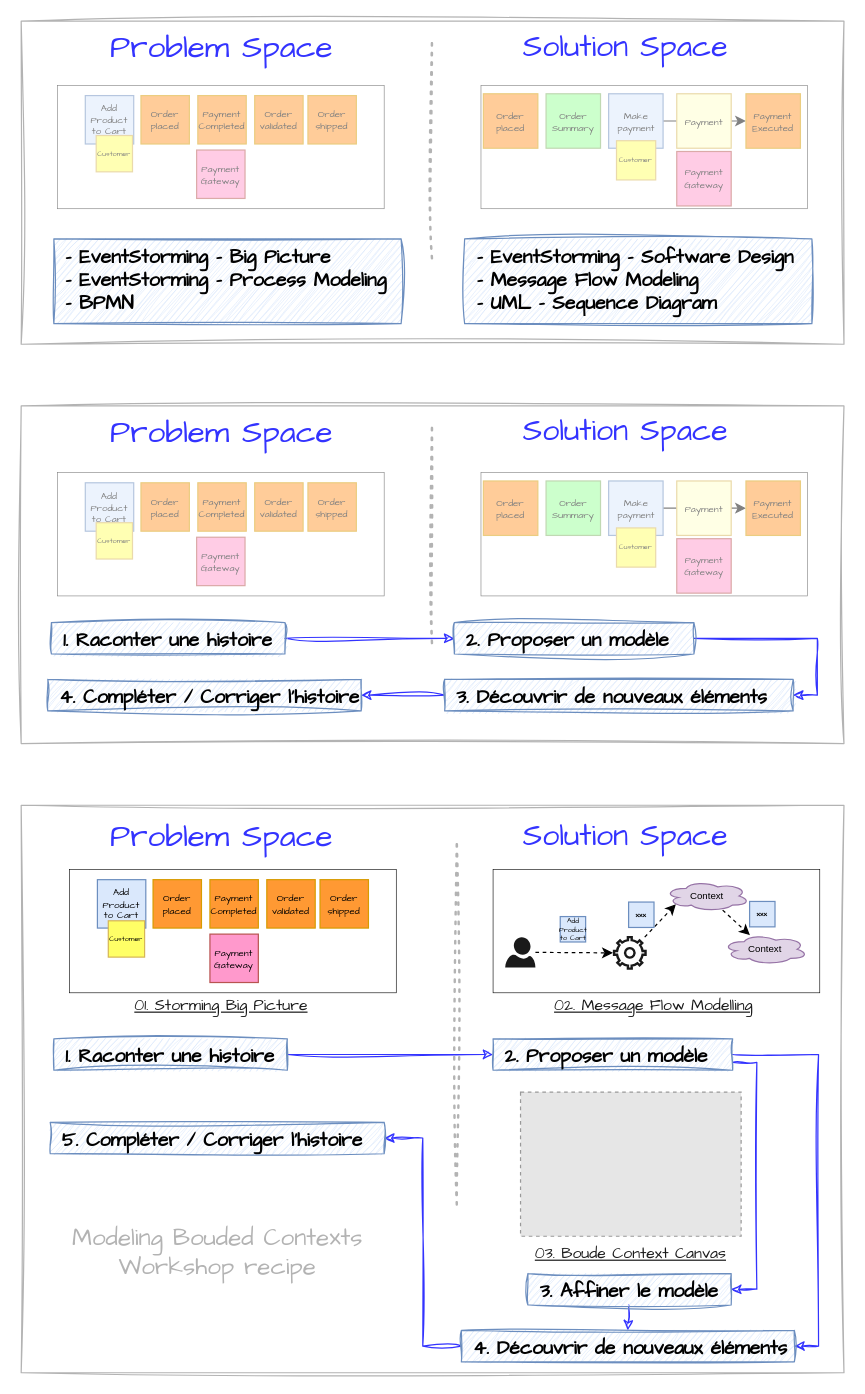
This is page "pb-solution" (11 of 13) of content/en/knowledgebase/ddd-eventstorming/eventstorming.drawio from mauvaisetroupe/architech, a draw.io file, before an edit. Source tidied: cells renumbered, new cells numbered last; positions are measured from the earlier drawing's top-left corner, leaving out a move shared by most shapes. Both pictures are drawn from the tidied source at 121%, with x=0, y=0 at pixel (21, 21). Pictures stored in the file or linked from it are replaced by grey dashed boxes.
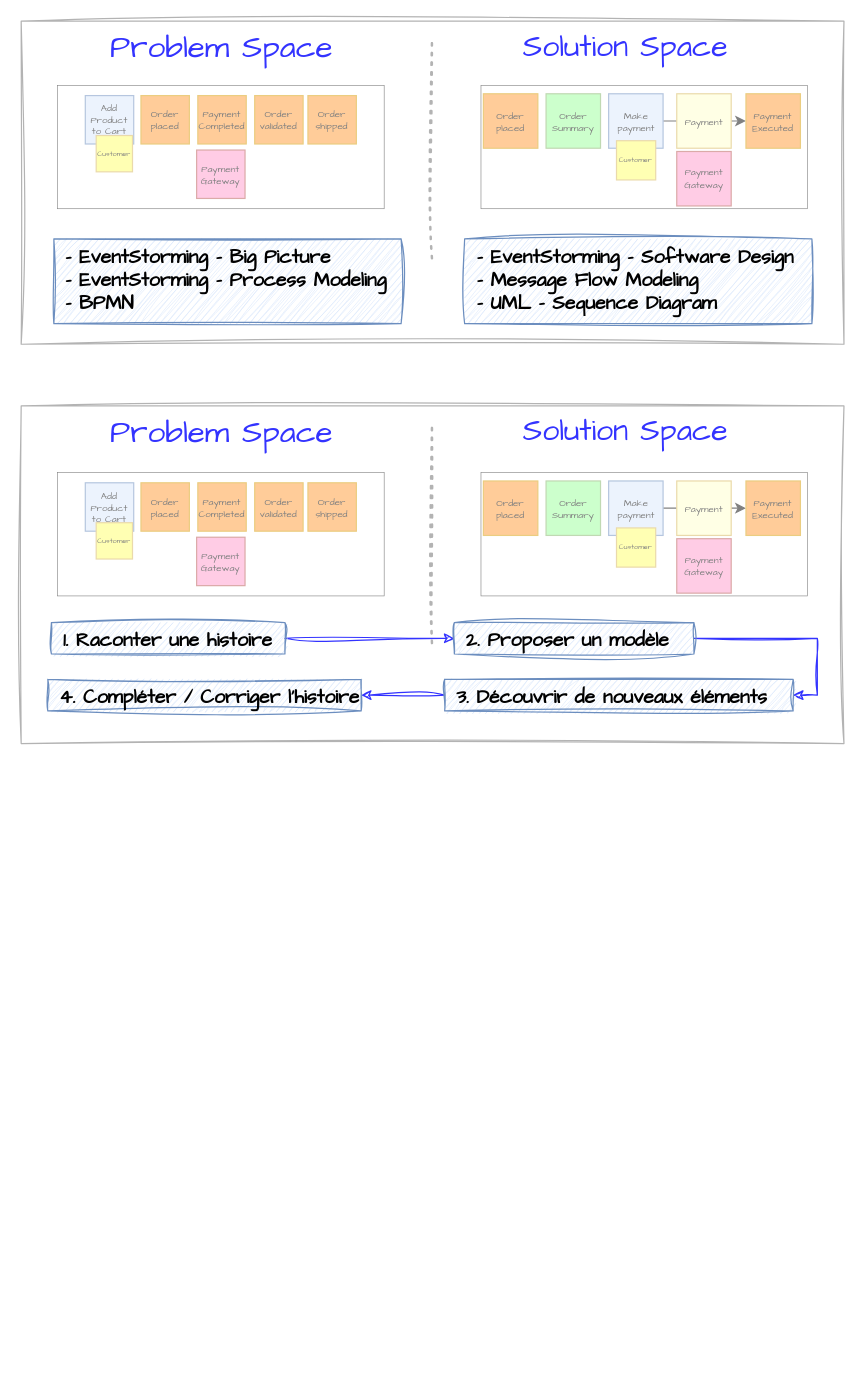
Above is the later version.

The edit, as a diff of the source:
```diff
@@
-    <mxCell id="19" style="rounded=0;whiteSpace=wrap;html=1;sketch=1;hachureGap=4;jiggle=2;curveFitting=1;fontFamily=Architects Daughter;strokeColor=#B3B3B3;" parent="1" vertex="1">
-      <mxGeometry y="648" width="680" height="469" as="geometry" />
-    </mxCell>
-    <mxCell id="20" value="&lt;span style=&quot;font-family: &amp;quot;Architects Daughter&amp;quot;; font-style: normal; font-variant-ligatures: normal; font-variant-caps: normal; font-weight: 400; letter-spacing: normal; orphans: 2; text-align: center; text-indent: 0px; text-transform: none; widows: 2; word-spacing: 0px; -webkit-text-stroke-width: 0px; white-space: nowrap; text-decoration-thickness: initial; text-decoration-style: initial; text-decoration-color: initial; float: none; display: inline !important;&quot;&gt;&lt;font style=&quot;font-size: 26px;&quot;&gt;Problem Space&lt;/font&gt;&lt;/span&gt;" style="text;whiteSpace=wrap;html=1;fontFamily=Architects Daughter;fontColor=#3333FF;spacing=1;labelBackgroundColor=none;" parent="1" vertex="1">
-      <mxGeometry x="73" y="653" width="210" height="29" as="geometry" />
-    </mxCell>
-    <mxCell id="21" value="&lt;span style=&quot;font-family: &amp;quot;Architects Daughter&amp;quot;; font-style: normal; font-variant-ligatures: normal; font-variant-caps: normal; font-weight: 400; letter-spacing: normal; orphans: 2; text-align: center; text-indent: 0px; text-transform: none; widows: 2; word-spacing: 0px; -webkit-text-stroke-width: 0px; white-space: nowrap; text-decoration-thickness: initial; text-decoration-style: initial; text-decoration-color: initial; float: none; display: inline !important;&quot;&gt;Solution Space&lt;/span&gt;" style="text;whiteSpace=wrap;html=1;fontFamily=Architects Daughter;fontSize=25;fontColor=#3333FF;spacing=1;labelBackgroundColor=none;" parent="1" vertex="1">
-      <mxGeometry x="414" y="653" width="190" height="30" as="geometry" />
-    </mxCell>
-    <mxCell id="22" style="edgeStyle=orthogonalEdgeStyle;rounded=0;jettySize=auto;html=1;entryX=0;entryY=0.5;entryDx=0;entryDy=0;sketch=1;curveFitting=1;jiggle=2;fillColor=#f8cecc;strokeColor=#3333FF;fontStyle=0;" parent="1" edge="1" source="23" target="26">
-      <mxGeometry relative="1" as="geometry" />
-    </mxCell>
-    <mxCell id="23" value="&lt;span style=&quot;box-sizing: border-box; font-size: 16px; font-style: normal; font-variant-ligatures: normal; font-variant-caps: normal; letter-spacing: normal; orphans: 2; text-align: left; text-indent: 0px; text-transform: none; widows: 2; word-spacing: 0px; -webkit-text-stroke-width: 0px; white-space: normal; text-decoration-thickness: initial; text-decoration-style: initial; text-decoration-color: initial;&quot;&gt;&lt;b&gt;1. Raconter une histoire&lt;/b&gt;&lt;/span&gt;" style="text;whiteSpace=wrap;html=1;fontFamily=architects daughter;fillColor=#dae8fc;strokeColor=#6c8ebf;sketch=1;curveFitting=1;jiggle=2;labelBackgroundColor=none;fontStyle=0;spacing=1;spacingLeft=9;spacingBottom=9;" parent="1" vertex="1">
-      <mxGeometry x="27" y="841" width="193" height="26" as="geometry" />
-    </mxCell>
-    <mxCell id="24" style="rounded=0;jettySize=auto;html=1;entryX=1;entryY=0.5;entryDx=0;entryDy=0;exitX=1;exitY=0.75;exitDx=0;exitDy=0;sketch=1;curveFitting=1;jiggle=2;fillColor=#f8cecc;strokeColor=#3333FF;fontStyle=0;edgeStyle=orthogonalEdgeStyle;" parent="1" edge="1" source="26" target="58">
-      <mxGeometry relative="1" as="geometry" />
-    </mxCell>
-    <mxCell id="25" style="rounded=0;jettySize=auto;html=1;entryX=1;entryY=0.5;entryDx=0;entryDy=0;exitX=1;exitY=0.5;exitDx=0;exitDy=0;edgeStyle=orthogonalEdgeStyle;sketch=1;jiggle=2;curveFitting=1;strokeColor=#3333FF;align=center;verticalAlign=middle;fontFamily=Helvetica;fontSize=11;fontColor=default;fontStyle=0;labelBackgroundColor=default;endArrow=classic;fillColor=#f8cecc;" parent="1" edge="1" source="26" target="28">
-      <mxGeometry relative="1" as="geometry" />
-    </mxCell>
-    <mxCell id="26" value="&lt;strong style=&quot;box-sizing: border-box; font-size: 16px; font-style: normal; font-variant-ligatures: normal; font-variant-caps: normal; letter-spacing: normal; orphans: 2; text-align: left; text-indent: 0px; text-transform: none; widows: 2; word-spacing: 0px; -webkit-text-stroke-width: 0px; white-space: normal; text-decoration-thickness: initial; text-decoration-style: initial; text-decoration-color: initial;&quot;&gt;2. Proposer un modèle&lt;/strong&gt;" style="text;whiteSpace=wrap;html=1;fontFamily=architects daughter;fillColor=#dae8fc;strokeColor=#6c8ebf;sketch=1;curveFitting=1;jiggle=2;labelBackgroundColor=none;fontStyle=0;spacing=1;spacingLeft=9;spacingBottom=9;" parent="1" vertex="1">
-      <mxGeometry x="390" y="841" width="198" height="26" as="geometry" />
-    </mxCell>
-    <mxCell id="27" style="edgeStyle=orthogonalEdgeStyle;rounded=0;jettySize=auto;html=1;entryX=1;entryY=0.5;entryDx=0;entryDy=0;sketch=1;jiggle=2;curveFitting=1;strokeColor=#3333FF;align=center;verticalAlign=middle;fontFamily=Helvetica;fontSize=11;fontColor=default;labelBackgroundColor=default;endArrow=classic;fillColor=#f8cecc;fontStyle=0;" parent="1" edge="1" source="28" target="29">
-      <mxGeometry relative="1" as="geometry" />
-    </mxCell>
-    <mxCell id="28" value="&lt;strong style=&quot;box-sizing: border-box; font-size: 16px; font-style: normal; font-variant-ligatures: normal; font-variant-caps: normal; letter-spacing: normal; orphans: 2; text-align: left; text-indent: 0px; text-transform: none; widows: 2; word-spacing: 0px; -webkit-text-stroke-width: 0px; white-space: normal; text-decoration-thickness: initial; text-decoration-style: initial; text-decoration-color: initial;&quot;&gt;4. Découvrir de nouveaux éléments&lt;/strong&gt;" style="text;whiteSpace=wrap;html=1;fontFamily=architects daughter;fillColor=#dae8fc;strokeColor=#6c8ebf;sketch=1;curveFitting=1;jiggle=2;labelBackgroundColor=none;fontStyle=0;spacing=1;spacingLeft=9;spacingBottom=9;" parent="1" vertex="1">
-      <mxGeometry x="363.8" y="1082" width="275.2" height="26" as="geometry" />
-    </mxCell>
-    <mxCell id="29" value="&lt;strong style=&quot;box-sizing: border-box; font-size: 16px; font-style: normal; font-variant-ligatures: normal; font-variant-caps: normal; letter-spacing: normal; orphans: 2; text-align: left; text-indent: 0px; text-transform: none; widows: 2; word-spacing: 0px; -webkit-text-stroke-width: 0px; white-space: normal; text-decoration-thickness: initial; text-decoration-style: initial; text-decoration-color: initial;&quot;&gt;5. Compléter / Corriger l'histoire&lt;/strong&gt;" style="text;whiteSpace=wrap;html=1;fontFamily=architects daughter;fillColor=#dae8fc;strokeColor=#6c8ebf;sketch=1;curveFitting=1;jiggle=2;labelBackgroundColor=none;fontStyle=0;spacing=1;spacingLeft=9;spacingBottom=9;" parent="1" vertex="1">
-      <mxGeometry x="24" y="910" width="276" height="26" as="geometry" />
-    </mxCell>
-    <mxCell id="30" style="endArrow=none;dashed=1;html=1;dashPattern=1 3;strokeWidth=2;rounded=0;strokeColor=#B3B3B3;sketch=1;curveFitting=1;jiggle=2;" parent="1" edge="1">
-      <mxGeometry relative="1" as="geometry">
-        <mxPoint x="360" y="978" as="sourcePoint" />
-        <mxPoint x="360" y="678" as="targetPoint" />
-      </mxGeometry>
-    </mxCell>
-    <mxCell id="31" value="&lt;div style=&quot;text-align: center;&quot;&gt;&lt;span style=&quot;text-wrap-mode: nowrap;&quot;&gt;01. Storming Big Picture&lt;/span&gt;&lt;/div&gt;" style="text;whiteSpace=wrap;html=1;fontFamily=Architects Daughter;fontColor=#1A1A1A;spacing=-1;fontSize=13;labelBackgroundColor=none;fontStyle=4;" parent="1" vertex="1">
-      <mxGeometry x="95" y="803" width="140" height="20" as="geometry" />
-    </mxCell>
-    <mxCell id="32" value="&lt;span style=&quot;text-wrap-mode: nowrap;&quot;&gt;02. Message Flow Modelling&lt;br&gt;&lt;/span&gt;" style="text;whiteSpace=wrap;html=1;fontFamily=Architects Daughter;fontColor=#1A1A1A;spacing=-1;fontSize=13;align=center;labelBackgroundColor=none;fontStyle=4;" parent="1" vertex="1">
-      <mxGeometry x="424" y="803" width="198" height="20" as="geometry" />
-    </mxCell>
-    <mxCell id="33" style="group;" parent="1" vertex="1">
-      <mxGeometry x="390" y="701" width="270" height="102" as="geometry" />
-    </mxCell>
-    <mxCell id="34" style="rounded=0;whiteSpace=wrap;html=1;fillColor=none;fontColor=#333333;strokeColor=default;strokeWidth=0.5;" parent="33" vertex="1">
-      <mxGeometry width="270" height="102" as="geometry" />
-    </mxCell>
-    <mxCell id="35" style="rounded=0;jettySize=auto;html=1;dashed=1;strokeColor=default;align=center;verticalAlign=middle;fontFamily=Helvetica;fontSize=11;fontColor=default;labelBackgroundColor=default;endArrow=classic;" parent="33" edge="1" source="44" target="36">
-      <mxGeometry relative="1" as="geometry" />
-    </mxCell>
-    <mxCell id="36" value="Context" style="ellipse;shape=cloud;whiteSpace=wrap;html=1;fillColor=#e1d5e7;strokeColor=#9673a6;fontSize=8;" parent="33" vertex="1">
-      <mxGeometry x="190" y="53.5" width="70" height="25" as="geometry" />
-    </mxCell>
-    <mxCell id="37" style="html=1;verticalLabelPosition=bottom;align=center;labelBackgroundColor=#ffffff;verticalAlign=top;strokeWidth=2;strokeColor=#1A1A1A;shadow=0;dashed=0;shape=mxgraph.ios7.icons.settings;fillColor=#FFFFFF;" parent="33" vertex="1">
-      <mxGeometry x="100" y="56" width="26" height="26" as="geometry" />
-    </mxCell>
-    <mxCell id="38" value="Add Product to Cart" style="whiteSpace=wrap;html=1;hachureGap=4;fontFamily=Architects Daughter;fillColor=#dae8fc;strokeColor=#6c8ebf;spacingTop=2;spacingLeft=2;spacingBottom=2;spacingRight=2;align=center;verticalAlign=middle;fontSize=6;" parent="33" vertex="1">
-      <mxGeometry x="55.5" y="39" width="21" height="21" as="geometry" />
-    </mxCell>
-    <mxCell id="39" style="verticalLabelPosition=bottom;html=1;verticalAlign=top;align=center;strokeColor=none;fillColor=#1A1A1A;shape=mxgraph.azure.user;" parent="33" vertex="1">
-      <mxGeometry x="10" y="56" width="25" height="25" as="geometry" />
-    </mxCell>
-    <mxCell id="40" style="rounded=0;jettySize=auto;html=1;entryX=-0.038;entryY=0.5;entryDx=0;entryDy=0;entryPerimeter=0;dashed=1;" parent="33" edge="1" source="39" target="37">
-      <mxGeometry relative="1" as="geometry" />
-    </mxCell>
-    <mxCell id="41" style="rounded=0;jettySize=auto;html=1;entryX=0.13;entryY=0.77;entryDx=0;entryDy=0;entryPerimeter=0;dashed=1;strokeColor=default;align=center;verticalAlign=middle;fontFamily=Helvetica;fontSize=11;fontColor=default;labelBackgroundColor=default;endArrow=classic;" parent="33" edge="1" source="37" target="44">
-      <mxGeometry relative="1" as="geometry" />
-    </mxCell>
-    <mxCell id="42" value="xxx" style="whiteSpace=wrap;html=1;hachureGap=4;fontFamily=Architects Daughter;fillColor=#dae8fc;strokeColor=#6c8ebf;spacingTop=2;spacingLeft=2;spacingBottom=2;spacingRight=2;align=center;verticalAlign=middle;fontSize=6;fontStyle=1;" parent="33" vertex="1">
-      <mxGeometry x="212" y="26.5" width="21" height="21" as="geometry" />
-    </mxCell>
-    <mxCell id="43" value="xxx" style="whiteSpace=wrap;html=1;hachureGap=4;fontFamily=Architects Daughter;fillColor=#dae8fc;strokeColor=#6c8ebf;spacingTop=2;spacingLeft=2;spacingBottom=2;spacingRight=2;align=center;verticalAlign=middle;fontSize=6;fontStyle=1;" parent="33" vertex="1">
-      <mxGeometry x="112" y="27" width="21" height="21" as="geometry" />
-    </mxCell>
-    <mxCell id="44" value="Context" style="ellipse;shape=cloud;whiteSpace=wrap;html=1;fillColor=#e1d5e7;strokeColor=#9673a6;fontSize=8;" parent="33" vertex="1">
-      <mxGeometry x="142" y="9.5" width="70" height="25" as="geometry" />
-    </mxCell>
-    <mxCell id="45" style="group;" parent="1" vertex="1">
-      <mxGeometry x="40" y="701" width="270" height="102" as="geometry" />
-    </mxCell>
-    <mxCell id="46" style="rounded=0;whiteSpace=wrap;html=1;fillColor=none;fontColor=#333333;strokeColor=default;strokeWidth=0.5;" parent="45" vertex="1">
-      <mxGeometry width="270" height="102" as="geometry" />
-    </mxCell>
-    <mxCell id="47" style="group;" parent="45" vertex="1">
-      <mxGeometry x="23" y="8.5" width="224" height="85" as="geometry" />
-    </mxCell>
-    <mxCell id="48" value="Order placed" style="whiteSpace=wrap;html=1;hachureGap=4;fontFamily=Architects Daughter;fillColor=#FF9933;strokeColor=#d79b00;spacingTop=2;spacingLeft=2;spacingBottom=2;spacingRight=2;align=center;verticalAlign=middle;fontSize=8;fontColor=default;" parent="47" vertex="1">
-      <mxGeometry x="46" width="40" height="40" as="geometry" />
-    </mxCell>
-    <mxCell id="49" value="Order validated" style="whiteSpace=wrap;html=1;hachureGap=4;fontFamily=Architects Daughter;fillColor=#FF9933;strokeColor=#d79b00;spacingTop=2;spacingLeft=2;spacingBottom=2;spacingRight=2;align=center;verticalAlign=middle;fontSize=8;fontColor=default;" parent="47" vertex="1">
-      <mxGeometry x="140" width="40" height="40" as="geometry" />
-    </mxCell>
-    <mxCell id="50" value="Order shipped" style="whiteSpace=wrap;html=1;hachureGap=4;fontFamily=Architects Daughter;fillColor=#FF9933;strokeColor=#d79b00;spacingTop=2;spacingLeft=2;spacingBottom=2;spacingRight=2;align=center;verticalAlign=middle;fontSize=8;fontColor=default;" parent="47" vertex="1">
-      <mxGeometry x="184" width="40" height="40" as="geometry" />
-    </mxCell>
-    <mxCell id="51" value="Payment Completed" style="whiteSpace=wrap;html=1;hachureGap=4;fontFamily=Architects Daughter;fillColor=#FF9933;strokeColor=#d79b00;spacingTop=2;spacingLeft=2;spacingBottom=2;spacingRight=2;align=center;verticalAlign=middle;fontSize=8;fontColor=default;" parent="47" vertex="1">
-      <mxGeometry x="93" width="40" height="40" as="geometry" />
-    </mxCell>
-    <mxCell id="52" value="Add Product to Cart" style="whiteSpace=wrap;html=1;hachureGap=4;fontFamily=Architects Daughter;fillColor=#dae8fc;strokeColor=#6c8ebf;spacingTop=2;spacingLeft=2;spacingBottom=2;spacingRight=2;align=center;verticalAlign=middle;fontSize=8;" parent="47" vertex="1">
-      <mxGeometry width="40" height="40" as="geometry" />
-    </mxCell>
-    <mxCell id="53" value="Customer" style="whiteSpace=wrap;html=1;hachureGap=4;fontFamily=Architects Daughter;fillColor=#FFFF66;strokeColor=#d6b656;spacingTop=2;spacingLeft=2;spacingBottom=2;spacingRight=2;fontSize=6;" parent="47" vertex="1">
-      <mxGeometry x="9" y="34" width="30" height="30" as="geometry" />
-    </mxCell>
-    <mxCell id="54" value="Payment Gateway" style="whiteSpace=wrap;html=1;hachureGap=4;fontFamily=Architects Daughter;fillColor=#FF99CC;strokeColor=#b85450;spacingTop=2;spacingLeft=2;spacingBottom=2;spacingRight=2;align=center;verticalAlign=middle;fontSize=8;fontColor=default;" parent="47" vertex="1">
-      <mxGeometry x="93" y="45" width="40" height="40" as="geometry" />
-    </mxCell>
-    <mxCell id="55" style="fillColor=#E6E6E6;strokeColor=#999999;dashed=1;verticalLabelPosition=bottom;labelBackgroundColor=default;verticalAlign=top;" parent="1" vertex="1">
-      <mxGeometry x="412.7" y="885" width="182.3" height="119.2" as="geometry" />
-    </mxCell>
-    <mxCell id="56" value="&lt;span style=&quot;text-wrap-mode: nowrap;&quot;&gt;03. Boude Context Canvas&lt;br&gt;&lt;/span&gt;" style="text;whiteSpace=wrap;html=1;fontFamily=Architects Daughter;fontColor=#1A1A1A;spacing=-1;fontSize=13;align=center;labelBackgroundColor=none;fontStyle=4;" parent="1" vertex="1">
-      <mxGeometry x="404.8" y="1008" width="198" height="20" as="geometry" />
-    </mxCell>
-    <mxCell id="57" style="rounded=0;jettySize=auto;html=1;entryX=0.5;entryY=0;entryDx=0;entryDy=0;sketch=1;jiggle=2;curveFitting=1;strokeColor=#3333FF;align=center;verticalAlign=middle;fontFamily=Helvetica;fontSize=11;fontColor=default;fontStyle=0;labelBackgroundColor=default;endArrow=classic;fillColor=#f8cecc;" parent="1" edge="1" source="58" target="28">
-      <mxGeometry relative="1" as="geometry" />
-    </mxCell>
-    <mxCell id="58" value="&lt;strong style=&quot;box-sizing: border-box; font-size: 16px; font-style: normal; font-variant-ligatures: normal; font-variant-caps: normal; letter-spacing: normal; orphans: 2; text-align: left; text-indent: 0px; text-transform: none; widows: 2; word-spacing: 0px; -webkit-text-stroke-width: 0px; white-space: normal; text-decoration-thickness: initial; text-decoration-style: initial; text-decoration-color: initial;&quot;&gt;3. Affiner le modèle&lt;/strong&gt;" style="text;whiteSpace=wrap;html=1;fontFamily=architects daughter;fillColor=#dae8fc;strokeColor=#6c8ebf;sketch=1;curveFitting=1;jiggle=2;labelBackgroundColor=none;fontStyle=0;spacing=1;spacingLeft=9;spacingBottom=9;" parent="1" vertex="1">
-      <mxGeometry x="418.8" y="1035" width="168" height="26" as="geometry" />
-    </mxCell>
-    <mxCell id="59" value="&lt;span style=&quot;font-family: &amp;quot;Architects Daughter&amp;quot;; font-style: normal; font-variant-ligatures: normal; font-variant-caps: normal; font-weight: 400; letter-spacing: normal; orphans: 2; text-indent: 0px; text-transform: none; widows: 2; word-spacing: 0px; -webkit-text-stroke-width: 0px; white-space: nowrap; text-decoration-thickness: initial; text-decoration-style: initial; text-decoration-color: initial; float: none; display: inline !important;&quot;&gt;Modeling Bouded Contexts&lt;/span&gt;&lt;div&gt;&lt;span style=&quot;font-family: &amp;quot;Architects Daughter&amp;quot;; font-style: normal; font-variant-ligatures: normal; font-variant-caps: normal; font-weight: 400; letter-spacing: normal; orphans: 2; text-indent: 0px; text-transform: none; widows: 2; word-spacing: 0px; -webkit-text-stroke-width: 0px; white-space: nowrap; text-decoration-thickness: initial; text-decoration-style: initial; text-decoration-color: initial; float: none; display: inline !important;&quot;&gt;Workshop recipe&lt;/span&gt;&lt;/div&gt;" style="text;whiteSpace=wrap;html=1;fontFamily=Architects Daughter;fontSize=20;fontColor=#B3B3B3;spacing=1;labelBackgroundColor=none;align=center;rotation=0;" parent="1" vertex="1">
-      <mxGeometry x="10.5" y="988" width="303" height="60" as="geometry" />
-    </mxCell>
```
